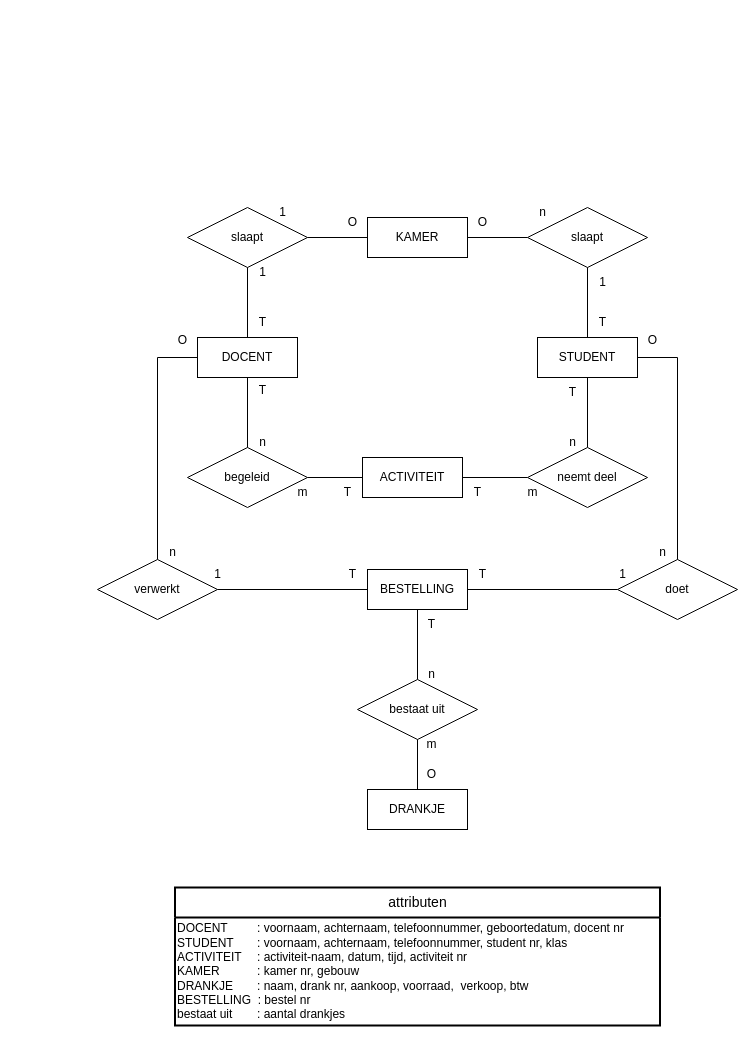
Before: ERD project.drawio in Thomas01v/ProjectDatabases, a draw.io diagram. Source tidied: cells renumbered, new cells numbered last; positions are measured from the earlier drawing's top-left corner, leaving out a move shared by most shapes. Both pictures are drawn from the tidied source at 100%, with x=0, y=0 at pixel (97, 197).
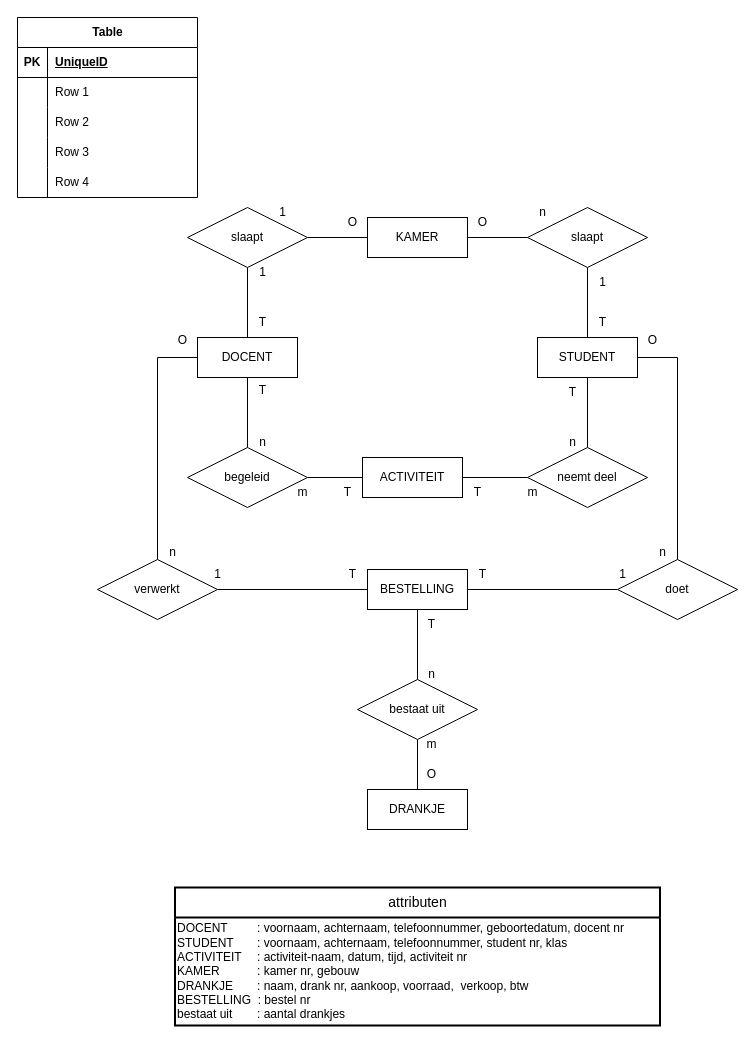
The same diagram, later.

What changed in the source:
```diff
@@
+    <mxCell id="60" value="Table" style="shape=table;startSize=30;childLayout=tableLayout;rowLines=0;fontStyle=1;align=center;html=1;" parent="1" vertex="1">
+      <mxGeometry x="-80" y="-180" width="180" height="180" as="geometry" />
+    </mxCell>
+    <mxCell id="61" style="shape=tableRow;horizontal=0;startSize=0;swimlaneHead=0;swimlaneBody=0;fillColor=none;top=0;left=0;right=0;bottom=1;" parent="60" vertex="1">
+      <mxGeometry y="30" width="180" height="30" as="geometry" />
+    </mxCell>
+    <mxCell id="62" value="PK" style="shape=partialRectangle;fillColor=none;top=0;left=0;bottom=0;right=0;fontStyle=1;overflow=hidden;whiteSpace=wrap;html=1;" parent="61" vertex="1">
+      <mxGeometry width="30" height="30" as="geometry" />
+    </mxCell>
+    <mxCell id="63" value="UniqueID" style="shape=partialRectangle;fillColor=none;top=0;left=0;bottom=0;right=0;align=left;spacingLeft=6;fontStyle=5;overflow=hidden;whiteSpace=wrap;html=1;" parent="61" vertex="1">
+      <mxGeometry x="30" width="150" height="30" as="geometry" />
+    </mxCell>
+    <mxCell id="64" style="shape=tableRow;horizontal=0;startSize=0;swimlaneHead=0;swimlaneBody=0;fillColor=none;top=0;left=0;right=0;bottom=0;" parent="60" vertex="1">
+      <mxGeometry y="60" width="180" height="30" as="geometry" />
+    </mxCell>
+    <mxCell id="65" style="shape=partialRectangle;fillColor=none;top=0;left=0;bottom=0;right=0;overflow=hidden;whiteSpace=wrap;html=1;" parent="64" vertex="1">
+      <mxGeometry width="30" height="30" as="geometry" />
+    </mxCell>
+    <mxCell id="66" value="Row 1" style="shape=partialRectangle;fillColor=none;top=0;left=0;bottom=0;right=0;align=left;spacingLeft=6;overflow=hidden;whiteSpace=wrap;html=1;" parent="64" vertex="1">
+      <mxGeometry x="30" width="150" height="30" as="geometry" />
+    </mxCell>
+    <mxCell id="67" style="shape=tableRow;horizontal=0;startSize=0;swimlaneHead=0;swimlaneBody=0;fillColor=none;top=0;left=0;right=0;bottom=0;" parent="60" vertex="1">
+      <mxGeometry y="90" width="180" height="30" as="geometry" />
+    </mxCell>
+    <mxCell id="68" style="shape=partialRectangle;fillColor=none;top=0;left=0;bottom=0;right=0;overflow=hidden;whiteSpace=wrap;html=1;" parent="67" vertex="1">
+      <mxGeometry width="30" height="30" as="geometry" />
+    </mxCell>
+    <mxCell id="69" value="Row 2" style="shape=partialRectangle;fillColor=none;top=0;left=0;bottom=0;right=0;align=left;spacingLeft=6;overflow=hidden;whiteSpace=wrap;html=1;" parent="67" vertex="1">
+      <mxGeometry x="30" width="150" height="30" as="geometry" />
+    </mxCell>
+    <mxCell id="70" style="shape=tableRow;horizontal=0;startSize=0;swimlaneHead=0;swimlaneBody=0;fillColor=none;top=0;left=0;right=0;bottom=0;" parent="60" vertex="1">
+      <mxGeometry y="120" width="180" height="30" as="geometry" />
+    </mxCell>
+    <mxCell id="71" style="shape=partialRectangle;fillColor=none;top=0;left=0;bottom=0;right=0;overflow=hidden;whiteSpace=wrap;html=1;" parent="70" vertex="1">
+      <mxGeometry width="30" height="30" as="geometry" />
+    </mxCell>
+    <mxCell id="72" value="Row 3" style="shape=partialRectangle;fillColor=none;top=0;left=0;bottom=0;right=0;align=left;spacingLeft=6;overflow=hidden;whiteSpace=wrap;html=1;" parent="70" vertex="1">
+      <mxGeometry x="30" width="150" height="30" as="geometry" />
+    </mxCell>
+    <mxCell id="73" style="shape=tableRow;horizontal=0;startSize=0;swimlaneHead=0;swimlaneBody=0;fillColor=none;top=0;left=0;right=0;bottom=0;" parent="60" vertex="1">
+      <mxGeometry y="150" width="180" height="30" as="geometry" />
+    </mxCell>
+    <mxCell id="74" style="shape=partialRectangle;fillColor=none;top=0;left=0;bottom=0;right=0;overflow=hidden;whiteSpace=wrap;html=1;" parent="73" vertex="1">
+      <mxGeometry width="30" height="30" as="geometry" />
+    </mxCell>
+    <mxCell id="75" value="Row 4" style="shape=partialRectangle;fillColor=none;top=0;left=0;bottom=0;right=0;align=left;spacingLeft=6;overflow=hidden;whiteSpace=wrap;html=1;" parent="73" vertex="1">
+      <mxGeometry x="30" width="150" height="30" as="geometry" />
+    </mxCell>
```
